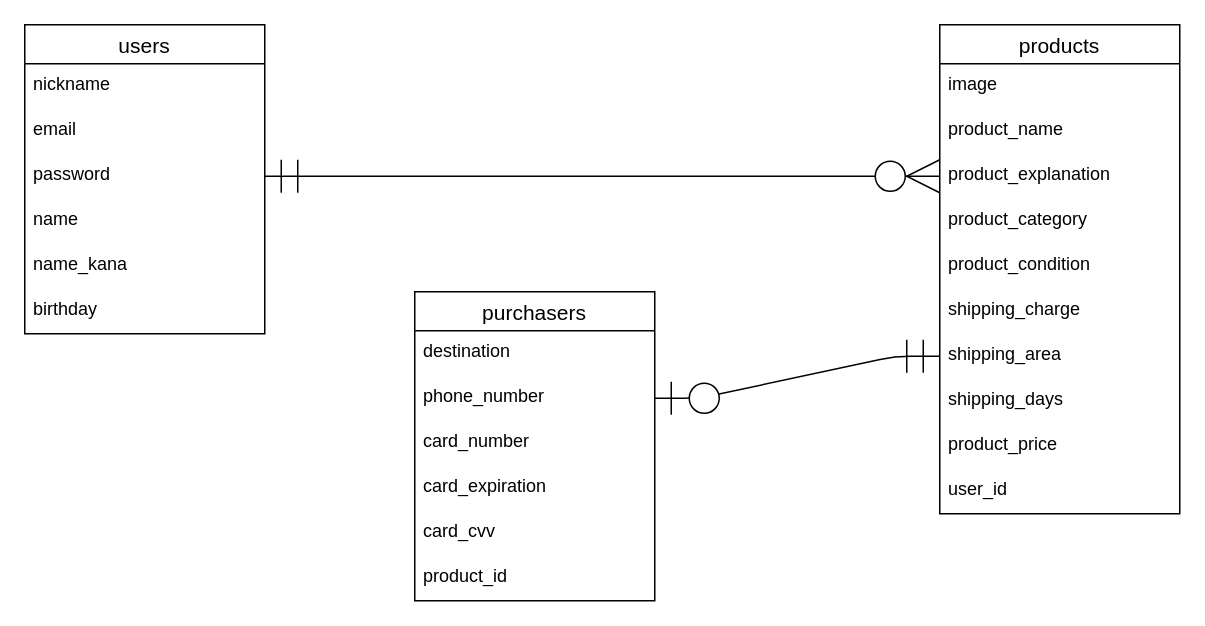
Before: er_diagram.dio in tomato95yen/furima-33463, a draw.io diagram. Source tidied: cells renumbered, new cells numbered last; positions are measured from the earlier drawing's top-left corner, leaving out a move shared by most shapes. Both pictures are drawn from the tidied source at 150%, with x=0, y=0 at pixel (24, 24).
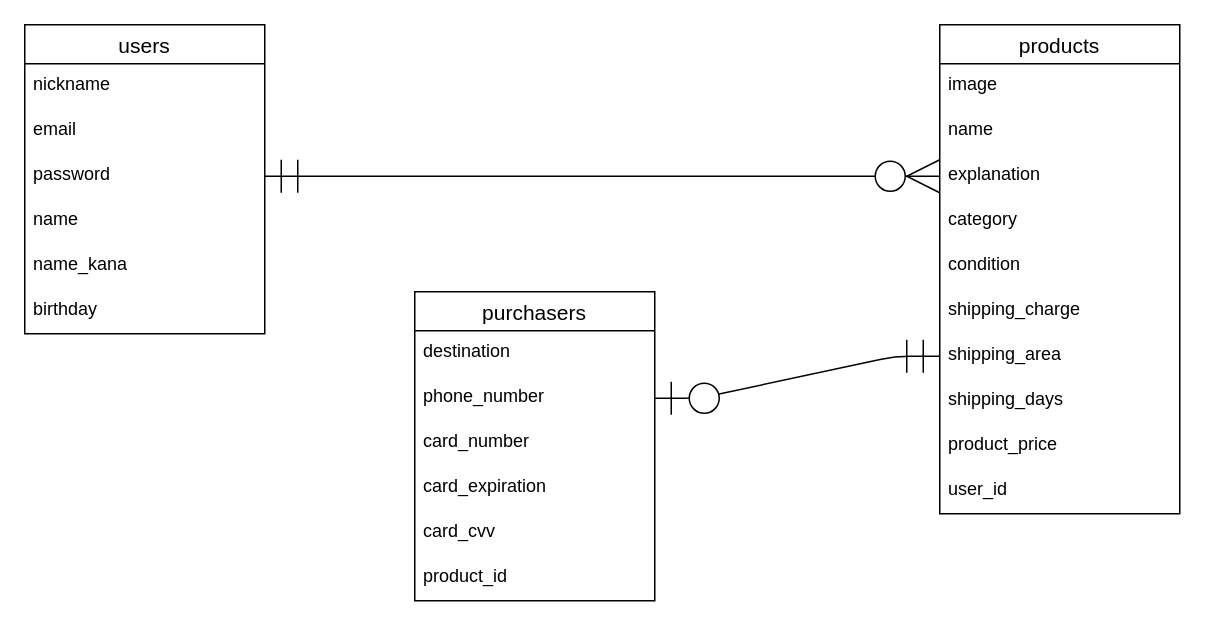
The same page after the edit.

The change refers to these unchanged cells:
```xml
<mxCell id="9" value="products" style="swimlane;fontStyle=0;horizontal=1;startSize=26;align=center;fontSize=14;" parent="1" vertex="1">
  <mxGeometry x="610" width="160" height="326" as="geometry" />
</mxCell>
```

Diff of the diagram source:
```diff
@@
-    <mxCell id="11" value="product_name" style="text;strokeColor=none;fillColor=none;spacingLeft=4;spacingRight=4;overflow=hidden;fontSize=12;" parent="9" vertex="1">
+    <mxCell id="11" value="name" style="text;strokeColor=none;fillColor=none;spacingLeft=4;spacingRight=4;overflow=hidden;fontSize=12;" parent="9" vertex="1">
       <mxGeometry y="56" width="160" height="30" as="geometry" />
     </mxCell>
-    <mxCell id="12" value="product_explanation" style="text;strokeColor=none;fillColor=none;spacingLeft=4;spacingRight=4;overflow=hidden;points=[[0,0.5],[1,0.5]];portConstraint=eastwest;fontSize=12;" parent="9" vertex="1">
+    <mxCell id="12" value="explanation" style="text;strokeColor=none;fillColor=none;spacingLeft=4;spacingRight=4;overflow=hidden;points=[[0,0.5],[1,0.5]];portConstraint=eastwest;fontSize=12;" parent="9" vertex="1">
       <mxGeometry y="86" width="160" height="30" as="geometry" />
     </mxCell>
-    <mxCell id="13" value="product_category" style="text;strokeColor=none;fillColor=none;spacingLeft=4;spacingRight=4;overflow=hidden;fontSize=12;" parent="9" vertex="1">
+    <mxCell id="13" value="category" style="text;strokeColor=none;fillColor=none;spacingLeft=4;spacingRight=4;overflow=hidden;fontSize=12;" parent="9" vertex="1">
       <mxGeometry y="116" width="160" height="30" as="geometry" />
     </mxCell>
-    <mxCell id="14" value="product_condition" style="text;strokeColor=none;fillColor=none;spacingLeft=4;spacingRight=4;overflow=hidden;fontSize=12;" parent="9" vertex="1">
+    <mxCell id="14" value="condition" style="text;strokeColor=none;fillColor=none;spacingLeft=4;spacingRight=4;overflow=hidden;fontSize=12;" parent="9" vertex="1">
       <mxGeometry y="146" width="160" height="30" as="geometry" />
     </mxCell>
```
